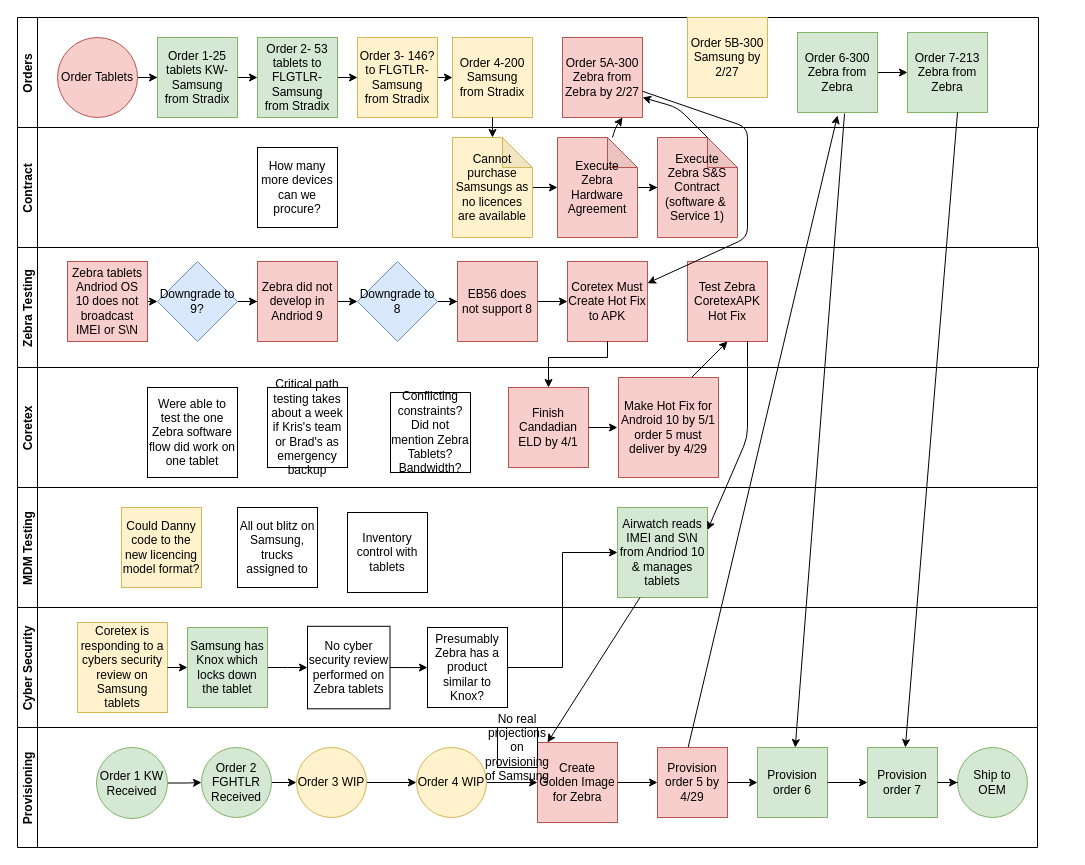
Before: Tablet Orders.drawio in RustyTruck/plc4trucksduck, a draw.io diagram. Source tidied: cells renumbered, new cells numbered last; positions are measured from the earlier drawing's top-left corner, leaving out a move shared by most shapes. Both pictures are drawn from the tidied source at 100%, with x=0, y=0 at pixel (17, 17).
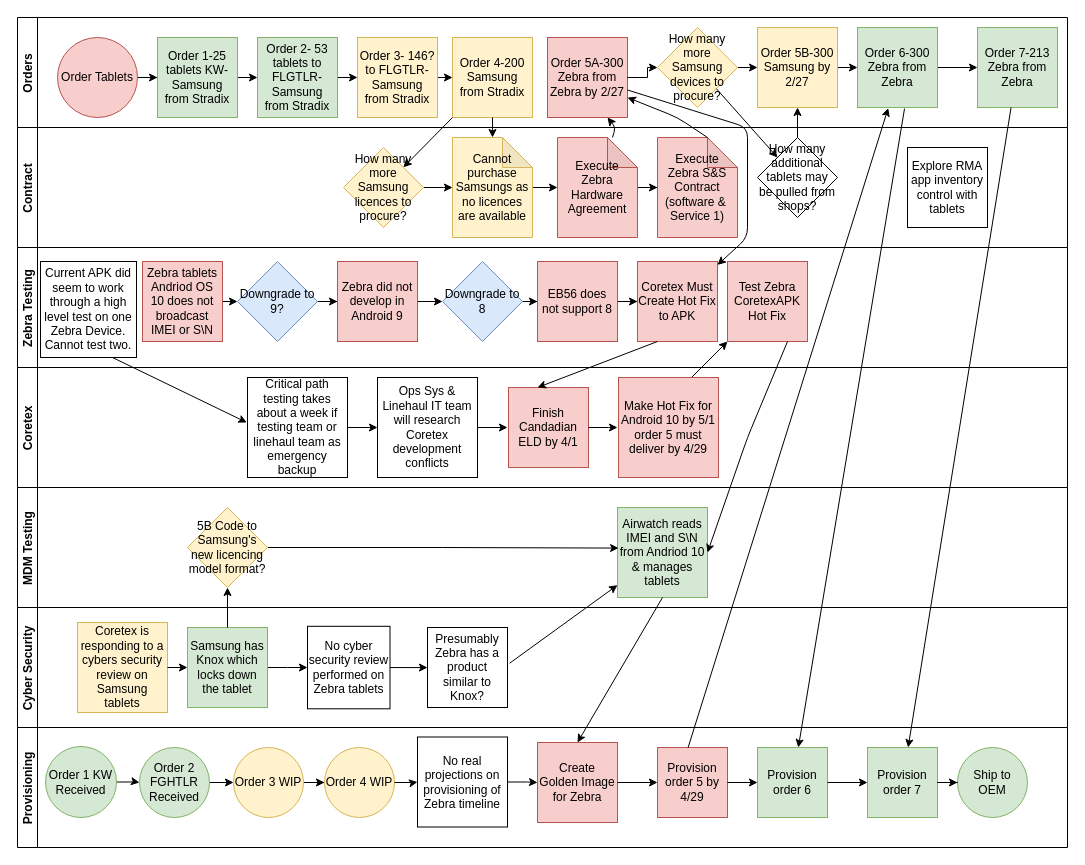
After the change.

Unchanged cells that the change refers to:
```xml
<mxCell id="11" value="Order 4-200 Samsung from Stradix" style="whiteSpace=wrap;html=1;fillColor=#fff2cc;strokeColor=#d6b656;" parent="2" vertex="1">
  <mxGeometry x="435" y="20" width="80" height="80" as="geometry" />
</mxCell>
<mxCell id="41" value="Finish Candadian ELD by 4/1" style="whiteSpace=wrap;html=1;rounded=0;fillColor=#f8cecc;strokeColor=#b85450;" parent="40" vertex="1">
  <mxGeometry x="491" y="20" width="80" height="80" as="geometry" />
</mxCell>
<mxCell id="50" value="Presumably Zebra has a product similar to Knox?" style="whiteSpace=wrap;html=1;" parent="46" vertex="1">
  <mxGeometry x="410" y="20" width="80" height="80" as="geometry" />
</mxCell>
<mxCell id="52" value="Samsung has Knox which locks down the tablet" style="whiteSpace=wrap;html=1;fillColor=#d5e8d4;strokeColor=#82b366;" parent="46" vertex="1">
  <mxGeometry x="170" y="20" width="80" height="80" as="geometry" />
</mxCell>
<mxCell id="55" value="Airwatch reads IMEI and S\N from Andriod 10 &amp;amp; manages tablets" style="whiteSpace=wrap;html=1;rounded=0;fillColor=#d5e8d4;strokeColor=#82b366;" parent="54" vertex="1">
  <mxGeometry x="600" y="20" width="90" height="90" as="geometry" />
</mxCell>
<mxCell id="69" value="Create Golden Image for Zebra" style="whiteSpace=wrap;html=1;rounded=0;fillColor=#f8cecc;strokeColor=#b85450;" parent="68" vertex="1">
  <mxGeometry x="520" y="15" width="80" height="80" as="geometry" />
</mxCell>
<mxCell id="70" value="Provision order 5 by 4/29" style="whiteSpace=wrap;html=1;rounded=0;fillColor=#f8cecc;strokeColor=#b85450;" parent="68" vertex="1">
  <mxGeometry x="640" y="20" width="70" height="70" as="geometry" />
</mxCell>
<mxCell id="74" value="Provision order 7" style="whiteSpace=wrap;html=1;rounded=0;fillColor=#d5e8d4;strokeColor=#82b366;" parent="68" vertex="1">
  <mxGeometry x="850" y="20" width="70" height="70" as="geometry" />
</mxCell>
```

Change to the diagram source:
```diff
@@
     <mxCell id="2" value="Orders" style="swimlane;startSize=20;horizontal=0;" parent="1" vertex="1">
-      <mxGeometry width="1021" height="110" as="geometry" />
+      <mxGeometry width="1050" height="110" as="geometry" />
     </mxCell>
@@
     <mxCell id="12" value="Order 5A-300 Zebra from Zebra by 2/27" style="whiteSpace=wrap;html=1;fillColor=#f8cecc;strokeColor=#b85450;" parent="2" vertex="1">
-      <mxGeometry x="545" y="20" width="80" height="80" as="geometry" />
+      <mxGeometry x="530" y="20" width="80" height="80" as="geometry" />
     </mxCell>
@@
     <mxCell id="14" value="Order 6-300 Zebra from Zebra" style="whiteSpace=wrap;html=1;fillColor=#d5e8d4;strokeColor=#82b366;" parent="2" vertex="1">
-      <mxGeometry x="780" y="15" width="80" height="80" as="geometry" />
+      <mxGeometry x="840" y="10" width="80" height="80" as="geometry" />
     </mxCell>
     <mxCell id="15" value="Order 7-213 Zebra from Zebra" style="whiteSpace=wrap;html=1;fillColor=#d5e8d4;strokeColor=#82b366;" parent="2" vertex="1">
-      <mxGeometry x="890" y="15" width="80" height="80" as="geometry" />
+      <mxGeometry x="960" y="10" width="80" height="80" as="geometry" />
     </mxCell>
-    <mxCell id="16" style="endArrow=classic;html=1;" parent="2" edge="1" target="74">
-      <mxGeometry relative="1" as="geometry">
-        <mxPoint x="940" y="95" as="sourcePoint" />
-      </mxGeometry>
-    </mxCell>
+    <mxCell id="88" style="edgeStyle=orthogonalEdgeStyle;rounded=0;jettySize=auto;html=1;exitX=1;exitY=0.5;exitDx=0;exitDy=0;entryX=0;entryY=0.5;entryDx=0;entryDy=0;" parent="2" edge="1" source="17" target="14">
+      <mxGeometry relative="1" as="geometry" />
+    </mxCell>
     <mxCell id="17" value="Order 5B-300 Samsung by 2/27" style="whiteSpace=wrap;html=1;fillColor=#fff2cc;strokeColor=#d6b656;" parent="2" vertex="1">
-      <mxGeometry x="670" width="80" height="80" as="geometry" />
+      <mxGeometry x="740" y="10" width="80" height="80" as="geometry" />
     </mxCell>
+    <mxCell id="89" style="edgeStyle=orthogonalEdgeStyle;rounded=0;jettySize=auto;html=1;exitX=1;exitY=0.5;exitDx=0;exitDy=0;entryX=0;entryY=0.5;entryDx=0;entryDy=0;" parent="2" edge="1" source="90" target="17">
+      <mxGeometry relative="1" as="geometry" />
+    </mxCell>
+    <mxCell id="90" value="&lt;span&gt;How many more Samsung devices to procure?&lt;/span&gt;" style="rhombus;whiteSpace=wrap;html=1;fillColor=#fff2cc;strokeColor=#d6b656;" parent="2" vertex="1">
+      <mxGeometry x="640" y="10" width="80" height="80" as="geometry" />
+    </mxCell>
+    <mxCell id="91" style="edgeStyle=orthogonalEdgeStyle;rounded=0;jettySize=auto;html=1;entryX=0;entryY=0.5;entryDx=0;entryDy=0;" parent="2" edge="1" source="12" target="90">
+      <mxGeometry relative="1" as="geometry" />
+    </mxCell>
     <mxCell id="18" value="Zebra Testing" style="swimlane;startSize=20;horizontal=0;" parent="1" vertex="1">
-      <mxGeometry y="230" width="1021" height="120" as="geometry" />
+      <mxGeometry y="230" width="1050" height="120" as="geometry" />
     </mxCell>
@@
     <mxCell id="20" value="Zebra tablets Andriod OS 10 does not broadcast IMEI or S\N" style="whiteSpace=wrap;html=1;rounded=0;fillColor=#f8cecc;strokeColor=#b85450;" parent="18" vertex="1">
-      <mxGeometry x="50" y="14" width="80" height="80" as="geometry" />
+      <mxGeometry x="125" y="14" width="80" height="80" as="geometry" />
     </mxCell>
@@
     <mxCell id="22" value="Downgrade to 9?" style="rhombus;whiteSpace=wrap;html=1;rounded=0;fillColor=#dae8fc;strokeColor=#6c8ebf;" parent="18" vertex="1">
-      <mxGeometry x="140" y="14" width="80" height="80" as="geometry" />
+      <mxGeometry x="220" y="14" width="80" height="80" as="geometry" />
     </mxCell>
@@
     <mxCell id="24" value="Downgrade to 8" style="rhombus;whiteSpace=wrap;html=1;rounded=0;fillColor=#dae8fc;strokeColor=#6c8ebf;" parent="18" vertex="1">
-      <mxGeometry x="340" y="14" width="80" height="80" as="geometry" />
+      <mxGeometry x="425" y="14" width="80" height="80" as="geometry" />
     </mxCell>
@@
-    <mxCell id="26" value="Zebra did not develop in Andriod 9" style="whiteSpace=wrap;html=1;rounded=0;fillColor=#f8cecc;strokeColor=#b85450;" parent="18" vertex="1">
-      <mxGeometry x="240" y="14" width="80" height="80" as="geometry" />
+    <mxCell id="26" value="Zebra did not develop in Android 9" style="whiteSpace=wrap;html=1;rounded=0;fillColor=#f8cecc;strokeColor=#b85450;" parent="18" vertex="1">
+      <mxGeometry x="320" y="14" width="80" height="80" as="geometry" />
     </mxCell>
@@
     <mxCell id="28" value="EB56 does not support 8" style="whiteSpace=wrap;html=1;rounded=0;fillColor=#f8cecc;strokeColor=#b85450;" parent="18" vertex="1">
-      <mxGeometry x="440" y="14" width="80" height="80" as="geometry" />
+      <mxGeometry x="520" y="14" width="80" height="80" as="geometry" />
     </mxCell>
     <mxCell id="29" value="Coretex Must Create Hot Fix to APK" style="whiteSpace=wrap;html=1;rounded=0;fillColor=#f8cecc;strokeColor=#b85450;" parent="18" vertex="1">
-      <mxGeometry x="550" y="14" width="80" height="80" as="geometry" />
+      <mxGeometry x="620" y="14" width="80" height="80" as="geometry" />
     </mxCell>
     <mxCell id="30" value="Test Zebra CoretexAPK Hot Fix" style="whiteSpace=wrap;html=1;rounded=0;fillColor=#f8cecc;strokeColor=#b85450;" parent="18" vertex="1">
-      <mxGeometry x="670" y="14" width="80" height="80" as="geometry" />
+      <mxGeometry x="710" y="14" width="80" height="80" as="geometry" />
     </mxCell>
@@
+    <mxCell id="43" value="Current APK did seem to work through a high level test on one Zebra Device. Cannot test two." style="whiteSpace=wrap;html=1;" parent="18" vertex="1">
+      <mxGeometry x="23" y="14" width="96" height="96" as="geometry" />
+    </mxCell>
     <mxCell id="32" value="Contract" style="swimlane;startSize=20;horizontal=0;rounded=0;" parent="1" vertex="1">
-      <mxGeometry y="110" width="1020" height="120" as="geometry" />
+      <mxGeometry y="110" width="1050" height="120" as="geometry" />
     </mxCell>
@@
     <mxCell id="38" style="endArrow=classic;html=1;entryX=1;entryY=0.75;entryDx=0;entryDy=0;" parent="32" edge="1" target="12">
       <mxGeometry relative="1" as="geometry">
         <mxPoint x="690" y="10" as="sourcePoint" />
         <Array as="points">
-          <mxPoint x="660" y="-20" />
+          <mxPoint x="660" y="-10" />
         </Array>
       </mxGeometry>
     </mxCell>
-    <mxCell id="39" value="How many more devices can we procure?" style="whiteSpace=wrap;html=1;" parent="32" vertex="1">
-      <mxGeometry x="240" y="20" width="80" height="80" as="geometry" />
-    </mxCell>
+    <mxCell id="92" style="edgeStyle=orthogonalEdgeStyle;rounded=0;jettySize=auto;html=1;" parent="32" edge="1" source="93">
+      <mxGeometry relative="1" as="geometry">
+        <mxPoint x="435" y="60" as="targetPoint" />
+      </mxGeometry>
+    </mxCell>
+    <mxCell id="93" value="&lt;span&gt;How many more Samsung licences to procure?&lt;/span&gt;" style="rhombus;whiteSpace=wrap;html=1;fillColor=#fff2cc;strokeColor=#d6b656;" parent="32" vertex="1">
+      <mxGeometry x="326" y="20" width="80" height="80" as="geometry" />
+    </mxCell>
+    <mxCell id="59" value="Explore RMA app inventory control with tablets" style="whiteSpace=wrap;html=1;" parent="32" vertex="1">
+      <mxGeometry x="890" y="20" width="80" height="80" as="geometry" />
+    </mxCell>
+    <mxCell id="94" value="How many additional tablets may be pulled from shops?" style="rhombus;whiteSpace=wrap;html=1;" parent="32" vertex="1">
+      <mxGeometry x="740" y="10" width="80" height="80" as="geometry" />
+    </mxCell>
     <mxCell id="40" value="Coretex" style="swimlane;startSize=20;horizontal=0;rounded=0;swimlaneLine=1;" parent="1" vertex="1">
-      <mxGeometry y="350" width="1020" height="120" as="geometry" />
+      <mxGeometry y="350" width="1050" height="120" as="geometry" />
     </mxCell>
@@
-    <mxCell id="43" value="Were able to test the one Zebra software flow did work on one tablet" style="whiteSpace=wrap;html=1;" parent="40" vertex="1">
-      <mxGeometry x="130" y="20" width="90" height="90" as="geometry" />
-    </mxCell>
+    <mxCell id="95" style="edgeStyle=orthogonalEdgeStyle;rounded=0;jettySize=auto;html=1;exitX=1;exitY=0.5;exitDx=0;exitDy=0;entryX=0;entryY=0.5;entryDx=0;entryDy=0;" parent="40" edge="1" source="44" target="45">
+      <mxGeometry relative="1" as="geometry" />
+    </mxCell>
-    <mxCell id="44" value="Critical path testing takes about a week if Kris's team or Brad's as emergency backup" style="whiteSpace=wrap;html=1;" parent="40" vertex="1">
-      <mxGeometry x="250" y="20" width="80" height="80" as="geometry" />
+    <mxCell id="44" value="Critical path testing takes about a week if testing team or linehaul team as emergency backup" style="whiteSpace=wrap;html=1;" parent="40" vertex="1">
+      <mxGeometry x="230" y="10" width="100" height="100" as="geometry" />
     </mxCell>
-    <mxCell id="45" value="Conflicting constraints? Did not mention Zebra Tablets? Bandwidth?" style="whiteSpace=wrap;html=1;" parent="40" vertex="1">
-      <mxGeometry x="373" y="25" width="80" height="80" as="geometry" />
+    <mxCell id="45" value="Ops Sys &amp;amp; Linehaul IT team will research Coretex development conflicts" style="whiteSpace=wrap;html=1;" parent="40" vertex="1">
+      <mxGeometry x="360" y="10" width="100" height="100" as="geometry" />
     </mxCell>
     <mxCell id="46" value="Cyber Security" style="swimlane;startSize=20;horizontal=0;" parent="1" vertex="1">
-      <mxGeometry y="590" width="1020" height="120" as="geometry" />
+      <mxGeometry y="590" width="1050" height="120" as="geometry" />
     </mxCell>
@@
     <mxCell id="54" value="MDM Testing" style="swimlane;startSize=20;horizontal=0;" parent="1" vertex="1">
-      <mxGeometry y="470" width="1020" height="120" as="geometry" />
+      <mxGeometry y="470" width="1050" height="120" as="geometry" />
     </mxCell>
@@
-    <mxCell id="56" style="endArrow=classic;html=1;exitX=0.437;exitY=0.002;exitDx=0;exitDy=0;exitPerimeter=0;" parent="54" edge="1" source="70">
-      <mxGeometry relative="1" as="geometry">
-        <mxPoint x="820" y="-372" as="targetPoint" />
-      </mxGeometry>
-    </mxCell>
-    <mxCell id="57" value="Could Danny code to the new licencing model format?" style="whiteSpace=wrap;html=1;fillColor=#fff2cc;strokeColor=#d6b656;" parent="54" vertex="1">
-      <mxGeometry x="104" y="20" width="80" height="80" as="geometry" />
-    </mxCell>
-    <mxCell id="58" value="All out blitz on Samsung, trucks assigned to" style="whiteSpace=wrap;html=1;" parent="54" vertex="1">
-      <mxGeometry x="220" y="20" width="80" height="80" as="geometry" />
-    </mxCell>
-    <mxCell id="59" value="Inventory control with tablets" style="whiteSpace=wrap;html=1;" parent="54" vertex="1">
-      <mxGeometry x="330" y="25" width="80" height="80" as="geometry" />
-    </mxCell>
+    <mxCell id="96" style="edgeStyle=orthogonalEdgeStyle;rounded=0;jettySize=auto;html=1;entryX=0.012;entryY=0.451;entryDx=0;entryDy=0;entryPerimeter=0;" parent="54" edge="1" source="97" target="55">
+      <mxGeometry relative="1" as="geometry" />
+    </mxCell>
+    <mxCell id="97" value="&lt;span&gt;5B Code to Samsung's new licencing model format?&lt;/span&gt;" style="rhombus;whiteSpace=wrap;html=1;fillColor=#fff2cc;strokeColor=#d6b656;" parent="54" vertex="1">
+      <mxGeometry x="170" y="20" width="80" height="80" as="geometry" />
+    </mxCell>
@@
-    <mxCell id="63" style="edgeStyle=orthogonalEdgeStyle;rounded=0;jettySize=auto;html=1;" parent="1" edge="1" source="29" target="41">
-      <mxGeometry relative="1" as="geometry">
-        <Array as="points">
-          <mxPoint x="590" y="340" />
-          <mxPoint x="531" y="340" />
-        </Array>
-      </mxGeometry>
-    </mxCell>
@@
-    <mxCell id="65" style="endArrow=classic;html=1;exitX=0.75;exitY=1;exitDx=0;exitDy=0;entryX=1;entryY=0.25;entryDx=0;entryDy=0;" parent="1" edge="1" source="30" target="55">
+    <mxCell id="65" style="endArrow=classic;html=1;exitX=0.75;exitY=1;exitDx=0;exitDy=0;entryX=1;entryY=0.5;entryDx=0;entryDy=0;" parent="1" edge="1" source="30" target="55">
       <mxGeometry relative="1" as="geometry">
         <Array as="points">
           <mxPoint x="730" y="420" />
         </Array>
       </mxGeometry>
     </mxCell>
-    <mxCell id="66" style="endArrow=classic;html=1;exitX=0.25;exitY=1;exitDx=0;exitDy=0;entryX=0.125;entryY=0;entryDx=0;entryDy=0;entryPerimeter=0;" parent="1" edge="1" source="55" target="69">
+    <mxCell id="66" style="endArrow=classic;html=1;exitX=0.5;exitY=1;exitDx=0;exitDy=0;entryX=0.5;entryY=0;entryDx=0;entryDy=0;" parent="1" edge="1" source="55" target="69">
       <mxGeometry relative="1" as="geometry" />
     </mxCell>
@@
     <mxCell id="68" value="Provisioning" style="swimlane;startSize=20;horizontal=0;" parent="1" vertex="1">
-      <mxGeometry y="710" width="1020" height="120" as="geometry" />
+      <mxGeometry y="710" width="1050" height="120" as="geometry" />
     </mxCell>
@@
     <mxCell id="79" value="Order 1 KW Received" style="ellipse;whiteSpace=wrap;html=1;rounded=0;fillColor=#d5e8d4;strokeColor=#82b366;" parent="68" vertex="1">
-      <mxGeometry x="79" y="20" width="71" height="71" as="geometry" />
+      <mxGeometry x="28" y="19" width="71" height="71" as="geometry" />
     </mxCell>
@@
     <mxCell id="81" value="Order 2 FGHTLR Received" style="ellipse;whiteSpace=wrap;html=1;rounded=0;fillColor=#d5e8d4;strokeColor=#82b366;" parent="68" vertex="1">
-      <mxGeometry x="184" y="20" width="70" height="70" as="geometry" />
+      <mxGeometry x="122" y="20" width="70" height="70" as="geometry" />
     </mxCell>
-    <mxCell id="82" style="edgeStyle=orthogonalEdgeStyle;rounded=0;jettySize=auto;html=1;entryX=0;entryY=0.5;entryDx=0;entryDy=0;" parent="68" edge="1" source="83" target="69">
+    <mxCell id="82" style="edgeStyle=orthogonalEdgeStyle;rounded=0;jettySize=auto;html=1;entryX=0;entryY=0.5;entryDx=0;entryDy=0;" parent="68" edge="1" source="86" target="69">
       <mxGeometry relative="1" as="geometry" />
     </mxCell>
     <mxCell id="83" value="Order 4 WIP" style="ellipse;whiteSpace=wrap;html=1;rounded=0;fillColor=#fff2cc;strokeColor=#d6b656;" parent="68" vertex="1">
-      <mxGeometry x="399" y="20" width="70" height="70" as="geometry" />
+      <mxGeometry x="307" y="20" width="70" height="70" as="geometry" />
     </mxCell>
@@
     <mxCell id="85" value="Order 3 WIP" style="ellipse;whiteSpace=wrap;html=1;rounded=0;fillColor=#fff2cc;strokeColor=#d6b656;" parent="68" vertex="1">
-      <mxGeometry x="279" y="20" width="70" height="70" as="geometry" />
+      <mxGeometry x="216" y="20" width="70" height="70" as="geometry" />
     </mxCell>
-    <mxCell id="86" value="No real projections on provisioning of Samsung&lt;br&gt;" style="whiteSpace=wrap;html=1;" parent="68" vertex="1">
-      <mxGeometry x="480" width="40" height="40" as="geometry" />
+    <mxCell id="86" value="No real projections on provisioning of Zebra timeline" style="whiteSpace=wrap;html=1;" parent="68" vertex="1">
+      <mxGeometry x="400" y="9.5" width="90" height="90" as="geometry" />
     </mxCell>
+    <mxCell id="98" style="edgeStyle=orthogonalEdgeStyle;rounded=0;jettySize=auto;html=1;entryX=0;entryY=0.5;entryDx=0;entryDy=0;" parent="68" edge="1" source="83" target="86">
+      <mxGeometry relative="1" as="geometry" />
+    </mxCell>
+    <mxCell id="99" style="endArrow=classic;html=1;exitX=0;exitY=1;exitDx=0;exitDy=0;" parent="1" edge="1" source="11" target="93">
+      <mxGeometry relative="1" as="geometry" />
+    </mxCell>
+    <mxCell id="16" style="endArrow=classic;html=1;" parent="1" edge="1" source="15" target="74">
+      <mxGeometry relative="1" as="geometry" />
+    </mxCell>
+    <mxCell id="56" style="endArrow=classic;html=1;exitX=0.437;exitY=0.002;exitDx=0;exitDy=0;exitPerimeter=0;entryX=0.384;entryY=1.007;entryDx=0;entryDy=0;entryPerimeter=0;" parent="1" edge="1" source="70" target="14">
+      <mxGeometry relative="1" as="geometry" />
+    </mxCell>
+    <mxCell id="100" style="endArrow=classic;html=1;entryX=-0.007;entryY=0.45;entryDx=0;entryDy=0;entryPerimeter=0;exitX=0.75;exitY=1;exitDx=0;exitDy=0;" parent="1" edge="1" source="43" target="44">
+      <mxGeometry relative="1" as="geometry" />
+    </mxCell>
+    <mxCell id="101" style="endArrow=classic;html=1;entryX=0;entryY=0;entryDx=0;entryDy=0;" parent="1" edge="1" source="90" target="94">
+      <mxGeometry relative="1" as="geometry" />
+    </mxCell>
+    <mxCell id="102" style="edgeStyle=orthogonalEdgeStyle;rounded=0;jettySize=auto;html=1;exitX=0.5;exitY=0;exitDx=0;exitDy=0;entryX=0.5;entryY=1;entryDx=0;entryDy=0;" parent="1" edge="1" source="52" target="97">
+      <mxGeometry relative="1" as="geometry" />
+    </mxCell>
+    <mxCell id="103" style="edgeStyle=orthogonalEdgeStyle;rounded=0;jettySize=auto;html=1;exitX=1;exitY=0.5;exitDx=0;exitDy=0;" parent="1" edge="1" source="45">
+      <mxGeometry relative="1" as="geometry">
+        <mxPoint x="490" y="409.9" as="targetPoint" />
+      </mxGeometry>
+    </mxCell>
+    <mxCell id="104" style="edgeStyle=orthogonalEdgeStyle;rounded=0;jettySize=auto;html=1;exitX=0.5;exitY=0;exitDx=0;exitDy=0;entryX=0.5;entryY=1;entryDx=0;entryDy=0;" parent="1" edge="1" source="94" target="17">
+      <mxGeometry relative="1" as="geometry" />
+    </mxCell>
-    <mxCell id="87" style="edgeStyle=orthogonalEdgeStyle;rounded=0;jettySize=auto;html=1;exitX=1;exitY=0.5;exitDx=0;exitDy=0;entryX=0;entryY=0.5;entryDx=0;entryDy=0;" parent="1" edge="1" source="50" target="55">
+    <mxCell id="87" style="endArrow=classic;html=1;exitX=1.026;exitY=0.447;exitDx=0;exitDy=0;exitPerimeter=0;" parent="1" edge="1" source="50" target="55">
       <mxGeometry relative="1" as="geometry" />
     </mxCell>
+    <mxCell id="63" style="endArrow=classic;html=1;entryX=0.363;entryY=0;entryDx=0;entryDy=0;entryPerimeter=0;exitX=0.25;exitY=1;exitDx=0;exitDy=0;" parent="1" edge="1" source="29" target="41">
+      <mxGeometry relative="1" as="geometry" />
+    </mxCell>
```
